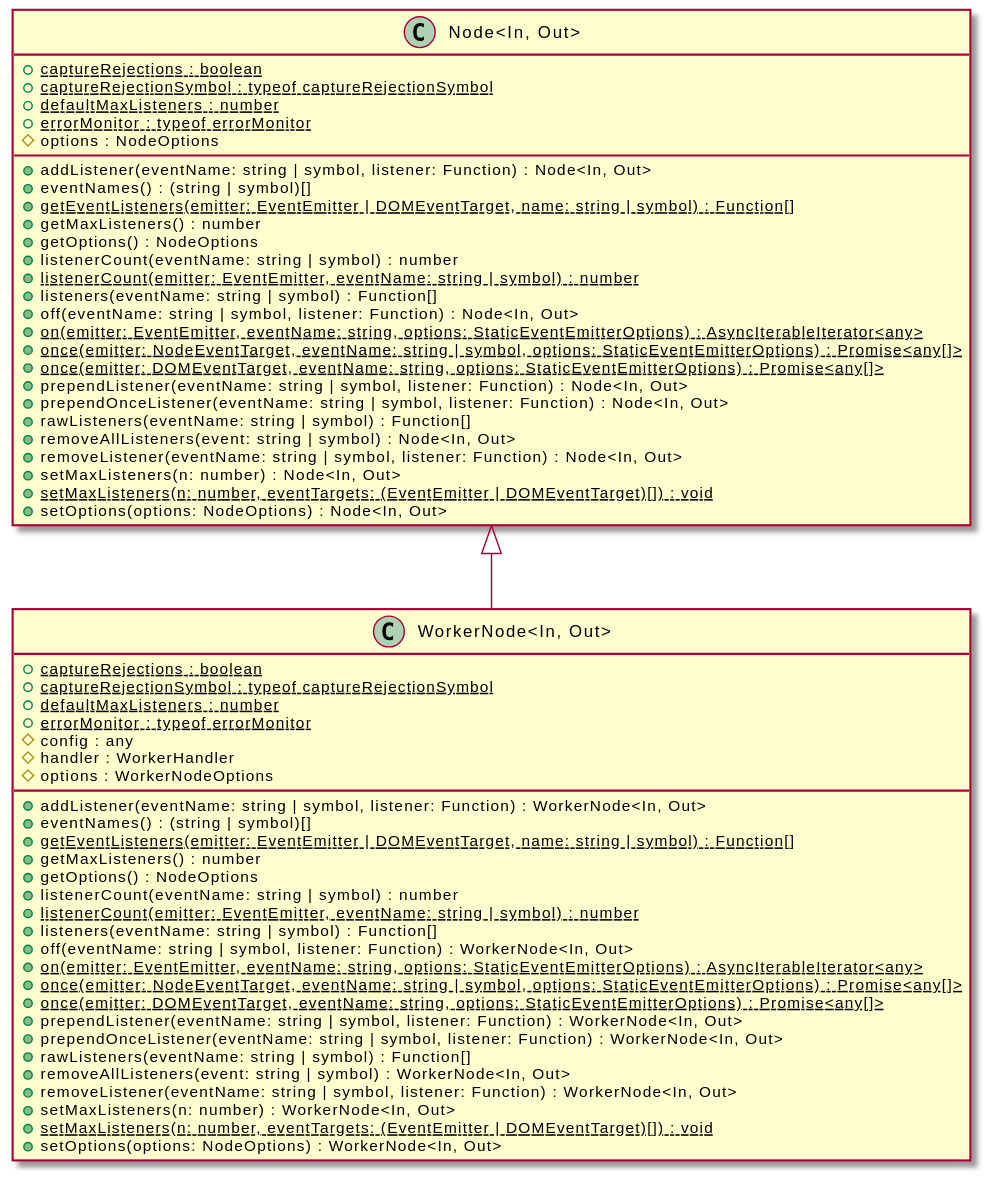
OpenHPS/openhps-core keeps this PlantUML diagram as assets/WorkerNode-umlClassDiagram-15395.svg. Above is the earlier version.
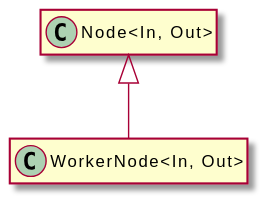
Above is the later version.

What changed in the source:
```diff
@@ -3,60 +3,8 @@
 hide empty methods
 hide empty fields
 class "WorkerNode<In, Out>" {
-    {static} +captureRejections : boolean
-    {static} +captureRejectionSymbol : typeof captureRejectionSymbol
-    {static} +defaultMaxListeners : number
-    {static} +errorMonitor : typeof errorMonitor
-    #config : any
-    #handler : WorkerHandler
-    #options : WorkerNodeOptions
-    +addListener(eventName: string | symbol, listener: Function) : WorkerNode<In, Out>
-    +eventNames() : (string | symbol)[]
-    {static} +getEventListeners(emitter: EventEmitter | DOMEventTarget, name: string | symbol) : Function[]
-    +getMaxListeners() : number
-    +getOptions() : NodeOptions
-    +listenerCount(eventName: string | symbol) : number
-    {static} +listenerCount(emitter: EventEmitter, eventName: string | symbol) : number
-    +listeners(eventName: string | symbol) : Function[]
-    +off(eventName: string | symbol, listener: Function) : WorkerNode<In, Out>
-    {static} +on(emitter: EventEmitter, eventName: string, options: StaticEventEmitterOptions) : AsyncIterableIterator<any>
-    {static} +once(emitter: NodeEventTarget, eventName: string | symbol, options: StaticEventEmitterOptions) : Promise<any[]>
-    {static} +once(emitter: DOMEventTarget, eventName: string, options: StaticEventEmitterOptions) : Promise<any[]>
-    +prependListener(eventName: string | symbol, listener: Function) : WorkerNode<In, Out>
-    +prependOnceListener(eventName: string | symbol, listener: Function) : WorkerNode<In, Out>
-    +rawListeners(eventName: string | symbol) : Function[]
-    +removeAllListeners(event: string | symbol) : WorkerNode<In, Out>
-    +removeListener(eventName: string | symbol, listener: Function) : WorkerNode<In, Out>
-    +setMaxListeners(n: number) : WorkerNode<In, Out>
-    {static} +setMaxListeners(n: number, eventTargets: (EventEmitter | DOMEventTarget)[]) : void
-    +setOptions(options: NodeOptions) : WorkerNode<In, Out>
 }
 class "Node<In, Out>" {
-    {static} +captureRejections : boolean
-    {static} +captureRejectionSymbol : typeof captureRejectionSymbol
-    {static} +defaultMaxListeners : number
-    {static} +errorMonitor : typeof errorMonitor
-    #options : NodeOptions
-    +addListener(eventName: string | symbol, listener: Function) : Node<In, Out>
-    +eventNames() : (string | symbol)[]
-    {static} +getEventListeners(emitter: EventEmitter | DOMEventTarget, name: string | symbol) : Function[]
-    +getMaxListeners() : number
-    +getOptions() : NodeOptions
-    +listenerCount(eventName: string | symbol) : number
-    {static} +listenerCount(emitter: EventEmitter, eventName: string | symbol) : number
-    +listeners(eventName: string | symbol) : Function[]
-    +off(eventName: string | symbol, listener: Function) : Node<In, Out>
-    {static} +on(emitter: EventEmitter, eventName: string, options: StaticEventEmitterOptions) : AsyncIterableIterator<any>
-    {static} +once(emitter: NodeEventTarget, eventName: string | symbol, options: StaticEventEmitterOptions) : Promise<any[]>
-    {static} +once(emitter: DOMEventTarget, eventName: string, options: StaticEventEmitterOptions) : Promise<any[]>
-    +prependListener(eventName: string | symbol, listener: Function) : Node<In, Out>
-    +prependOnceListener(eventName: string | symbol, listener: Function) : Node<In, Out>
-    +rawListeners(eventName: string | symbol) : Function[]
-    +removeAllListeners(event: string | symbol) : Node<In, Out>
-    +removeListener(eventName: string | symbol, listener: Function) : Node<In, Out>
-    +setMaxListeners(n: number) : Node<In, Out>
-    {static} +setMaxListeners(n: number, eventTargets: (EventEmitter | DOMEventTarget)[]) : void
-    +setOptions(options: NodeOptions) : Node<In, Out>
 }
 "Node<In, Out>" <|-- "WorkerNode<In, Out>"
 @enduml
```
